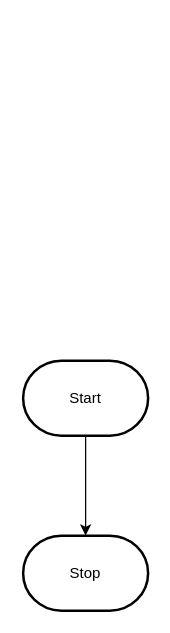
Before: design/flowchart.drawio in MTHS-ICS2O-2-2022/ICS2O-Assignment-06-charlotte-jhu, a draw.io diagram. Source tidied: cells renumbered, new cells numbered last; positions are measured from the earlier drawing's top-left corner, leaving out a move shared by most shapes. Both pictures are drawn from the tidied source at 125%, with x=0, y=0 at pixel (22, 360).
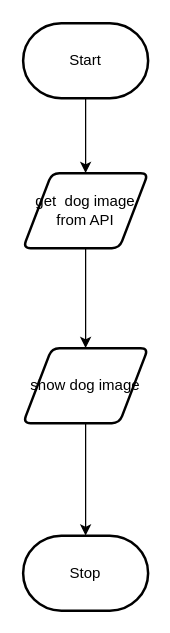
The same diagram, later.

What changed in the source:
```diff
@@
 <mxGraphModel>
   <root>
     <mxCell id="0" />
     <mxCell id="1" parent="0" />
-    <mxCell id="2" style="edgeStyle=orthogonalEdgeStyle;html=1;rounded=0;" parent="1" edge="1" source="3" target="4">
-      <mxGeometry relative="1" as="geometry" />
-    </mxCell>
+    <mxCell id="5" style="edgeStyle=none;html=1;exitX=0.5;exitY=1;exitDx=0;exitDy=0;exitPerimeter=0;" parent="1" edge="1" source="3" target="2">
+      <mxGeometry relative="1" as="geometry" />
+    </mxCell>
     <mxCell id="3" value="Start" style="strokeWidth=2;html=1;shape=mxgraph.flowchart.terminator;whiteSpace=wrap;" parent="1" vertex="1">
-      <mxGeometry width="100" height="60" as="geometry" />
+      <mxGeometry y="-270" width="100" height="60" as="geometry" />
     </mxCell>
     <mxCell id="4" value="Stop" style="strokeWidth=2;html=1;shape=mxgraph.flowchart.terminator;whiteSpace=wrap;" parent="1" vertex="1">
       <mxGeometry y="140" width="100" height="60" as="geometry" />
     </mxCell>
+    <mxCell id="6" style="edgeStyle=none;html=1;exitX=0.5;exitY=1;exitDx=0;exitDy=0;" parent="1" edge="1" source="2" target="8">
+      <mxGeometry relative="1" as="geometry" />
+    </mxCell>
+    <mxCell id="2" value="get&amp;nbsp; dog image from API" style="shape=parallelogram;html=1;strokeWidth=2;perimeter=parallelogramPerimeter;whiteSpace=wrap;rounded=1;arcSize=12;size=0.23;" parent="1" vertex="1">
+      <mxGeometry y="-150" width="100" height="60" as="geometry" />
+    </mxCell>
+    <mxCell id="7" style="edgeStyle=none;html=1;exitX=0.5;exitY=1;exitDx=0;exitDy=0;" parent="1" edge="1" source="8" target="4">
+      <mxGeometry relative="1" as="geometry" />
+    </mxCell>
+    <mxCell id="8" value="show dog image" style="shape=parallelogram;html=1;strokeWidth=2;perimeter=parallelogramPerimeter;whiteSpace=wrap;rounded=1;arcSize=12;size=0.23;" parent="1" vertex="1">
+      <mxGeometry y="-10" width="100" height="60" as="geometry" />
+    </mxCell>
   </root>
 </mxGraphModel>
```
